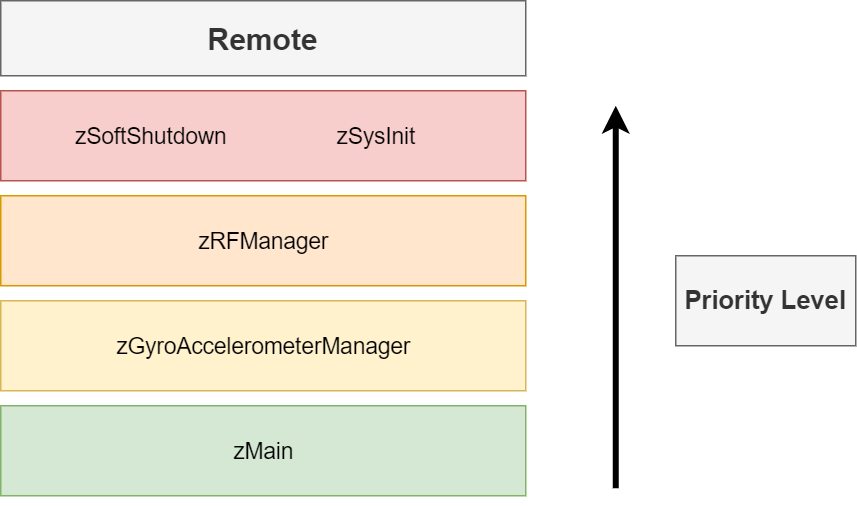
The draw.io diagram 3. Design/3. Software Specification/task_priority_level-remote.png in esrg-silent-howl/zephyrus, before a commit. Source tidied: cells renumbered, new cells last; positions are measured from the earlier drawing's top-left corner, leaving out a move shared by most shapes.
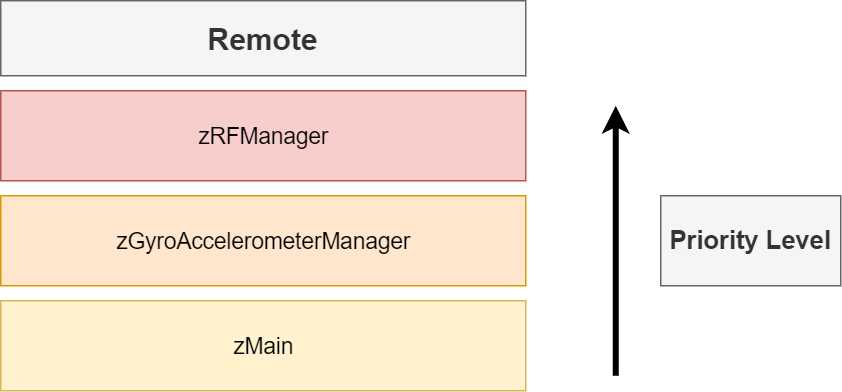
The same diagram one commit later.

Change to the diagram source:
```diff
@@ -11,32 +11,23 @@
     <mxCell id="4" style="rounded=0;whiteSpace=wrap;html=1;fillColor=#fff2cc;strokeColor=#d6b656;" parent="1" vertex="1">
       <mxGeometry y="200" width="350" height="60" as="geometry" />
     </mxCell>
-    <mxCell id="5" style="rounded=0;whiteSpace=wrap;html=1;fillColor=#d5e8d4;strokeColor=#82b366;" parent="1" vertex="1">
-      <mxGeometry y="270" width="350" height="60" as="geometry" />
-    </mxCell>
-    <mxCell id="6" value="zSysInit" style="text;html=1;align=center;verticalAlign=middle;fontSize=15;" parent="1" vertex="1">
-      <mxGeometry x="215" y="80" width="70" height="20" as="geometry" />
-    </mxCell>
     <mxCell id="7" value="zGyroAccelerometerManager" style="text;html=1;align=center;verticalAlign=middle;fontSize=15;" parent="1" vertex="1">
-      <mxGeometry x="70" y="220" width="210" height="20" as="geometry" />
+      <mxGeometry x="70" y="150" width="210" height="20" as="geometry" />
     </mxCell>
     <mxCell id="8" value="zRFManager" style="text;html=1;align=center;verticalAlign=middle;fontSize=15;" parent="1" vertex="1">
-      <mxGeometry x="125" y="150" width="100" height="20" as="geometry" />
+      <mxGeometry x="125" y="80" width="100" height="20" as="geometry" />
     </mxCell>
     <mxCell id="9" value="zMain" style="text;html=1;align=center;verticalAlign=middle;fontSize=15;" parent="1" vertex="1">
-      <mxGeometry x="145" y="290" width="60" height="20" as="geometry" />
+      <mxGeometry x="145" y="220" width="60" height="20" as="geometry" />
     </mxCell>
-    <mxCell id="10" value="zSoftShutdown" style="text;html=1;align=center;verticalAlign=middle;fontSize=15;" parent="1" vertex="1">
-      <mxGeometry x="40" y="80" width="120" height="20" as="geometry" />
-    </mxCell>
     <mxCell id="11" style="endArrow=classic;html=1;strokeWidth=4;" parent="1" edge="1">
       <mxGeometry relative="1" as="geometry">
-        <mxPoint x="410" y="325" as="sourcePoint" />
+        <mxPoint x="410" y="250" as="sourcePoint" />
         <mxPoint x="410" y="70" as="targetPoint" />
       </mxGeometry>
     </mxCell>
     <mxCell id="12" value="&lt;font style=&quot;font-size: 17px&quot;&gt;&lt;b&gt;Priority Level&lt;/b&gt;&lt;/font&gt;" style="rounded=0;whiteSpace=wrap;html=1;fillColor=#f5f5f5;strokeColor=#666666;fontColor=#333333;" parent="1" vertex="1">
-      <mxGeometry x="450" y="170" width="120" height="60" as="geometry" />
+      <mxGeometry x="440" y="130" width="120" height="60" as="geometry" />
     </mxCell>
     <mxCell id="13" value="Remote" style="rounded=0;whiteSpace=wrap;html=1;fillColor=#f5f5f5;strokeColor=#666666;fontColor=#333333;fontSize=20;fontStyle=1;" parent="1" vertex="1">
       <mxGeometry width="350" height="50" as="geometry" />
```
